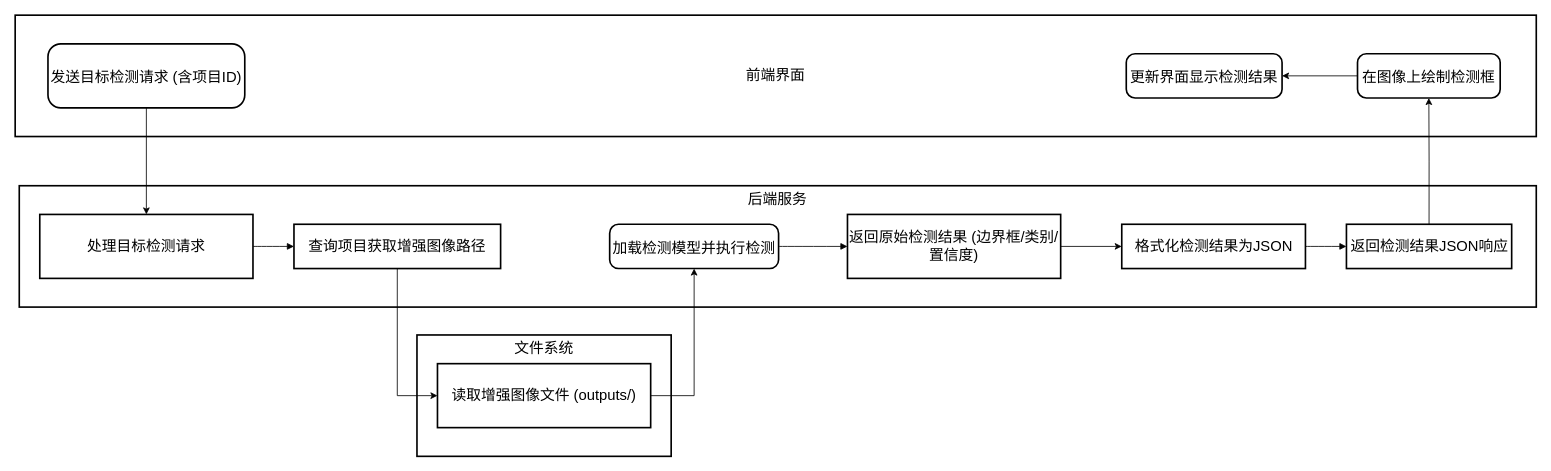
Before: 3.4.3.drawio in lyz1923/ChatGPT-Next-Web, a draw.io diagram. Source tidied: cells renumbered, new cells numbered last; positions are measured from the earlier drawing's top-left corner, leaving out a move shared by most shapes. Both pictures are drawn from the tidied source at 82%, with x=0, y=0 at pixel (15, 15).
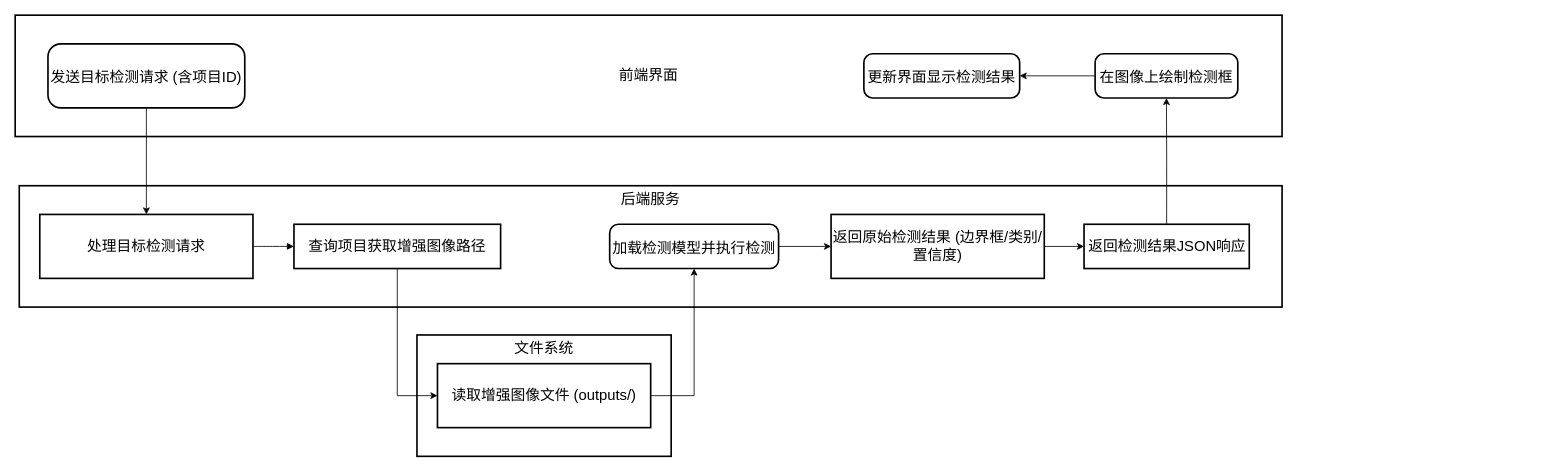
Above is the later version.

The change refers to these unchanged cells:
```xml
<mxCell id="16" value="加载检测模型并执行检测" style="rounded=1;arcSize=20;strokeWidth=2;fontSize=18;" parent="1" vertex="1">
  <mxGeometry x="725" y="255" width="206" height="54" as="geometry" />
</mxCell>
```

The edit, as a diff of the source:
```diff
@@
     <mxCell id="3" value="后端服务" style="whiteSpace=wrap;strokeWidth=2;verticalAlign=top;fontSize=18;" parent="1" vertex="1">
-      <mxGeometry x="5" y="208" width="1850" height="148" as="geometry" />
+      <mxGeometry x="5" y="208" width="1540" height="148" as="geometry" />
     </mxCell>
     <mxCell id="4" value="前端界面" style="whiteSpace=wrap;strokeWidth=2;fontSize=18;" parent="1" vertex="1">
-      <mxGeometry width="1855" height="148" as="geometry" />
+      <mxGeometry width="1545" height="148" as="geometry" />
     </mxCell>
@@
     <mxCell id="8" value="在图像上绘制检测框" style="rounded=1;arcSize=20;strokeWidth=2;fontSize=18;" parent="1" vertex="1">
-      <mxGeometry x="1637" y="47" width="174" height="54" as="geometry" />
+      <mxGeometry x="1317" y="47" width="174" height="54" as="geometry" />
     </mxCell>
     <mxCell id="9" value="更新界面显示检测结果" style="rounded=1;arcSize=20;strokeWidth=2;fontSize=18;" parent="1" vertex="1">
-      <mxGeometry x="1355" y="47" width="190" height="54" as="geometry" />
+      <mxGeometry x="1035" y="47" width="190" height="54" as="geometry" />
     </mxCell>
@@
-    <mxCell id="13" value="格式化检测结果为JSON" style="whiteSpace=wrap;strokeWidth=2;fontSize=18;" parent="1" vertex="1">
-      <mxGeometry x="1349.5" y="255" width="224" height="54" as="geometry" />
-    </mxCell>
@@
     <mxCell id="15" value="返回检测结果JSON响应" style="whiteSpace=wrap;strokeWidth=2;fontSize=18;" parent="1" vertex="1">
-      <mxGeometry x="1623.5" y="255" width="201.5" height="54" as="geometry" />
+      <mxGeometry x="1303.5" y="255" width="201.5" height="54" as="geometry" />
     </mxCell>
+    <mxCell id="22" style="edgeStyle=orthogonalEdgeStyle;rounded=0;jettySize=auto;html=1;exitX=1;exitY=0.5;exitDx=0;exitDy=0;" parent="1" edge="1" source="16" target="18">
+      <mxGeometry relative="1" as="geometry" />
+    </mxCell>
@@
-    <mxCell id="17" style="edgeStyle=orthogonalEdgeStyle;rounded=0;jettySize=auto;html=1;exitX=1;exitY=0.5;exitDx=0;exitDy=0;entryX=0;entryY=0.5;entryDx=0;entryDy=0;fontSize=18;" parent="1" edge="1" source="18" target="13">
-      <mxGeometry relative="1" as="geometry" />
-    </mxCell>
+    <mxCell id="24" style="edgeStyle=orthogonalEdgeStyle;rounded=0;jettySize=auto;html=1;exitX=1;exitY=0.5;exitDx=0;exitDy=0;entryX=0;entryY=0.5;entryDx=0;entryDy=0;" parent="1" edge="1" source="18" target="15">
+      <mxGeometry relative="1" as="geometry" />
+    </mxCell>
     <mxCell id="18" value="返回原始检测结果 (边界框/类别/置信度)" style="whiteSpace=wrap;strokeWidth=2;fontSize=18;" parent="1" vertex="1">
-      <mxGeometry x="1015" y="243" width="260" height="78" as="geometry" />
+      <mxGeometry x="995" y="243" width="260" height="78" as="geometry" />
     </mxCell>
@@
-    <mxCell id="22" style="curved=1;startArrow=none;endArrow=block;exitX=1;exitY=0.5;entryX=0;entryY=0.5;rounded=0;fontSize=18;" parent="1" edge="1" source="16" target="18">
-      <mxGeometry relative="1" as="geometry" />
-    </mxCell>
-    <mxCell id="23" style="curved=1;startArrow=none;endArrow=block;exitX=1;exitY=0.5;entryX=0;entryY=0.5;rounded=0;fontSize=18;" parent="1" edge="1" source="13" target="15">
-      <mxGeometry relative="1" as="geometry" />
-    </mxCell>
```
